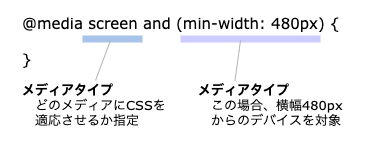
The draw.io diagram docs/img-css-resp-1.png in prime-x-co-ltd/px-overview, before a commit. Source tidied: cells renumbered, new cells last; positions are measured from the earlier drawing's top-left corner, leaving out a move shared by most shapes. Its diagram source:
```xml
<mxGraphModel>
  <root>
    <mxCell id="0" />
    <mxCell id="1" parent="0" />
    <mxCell id="2" style="rounded=0;whiteSpace=wrap;html=1;strokeColor=none;" parent="1" vertex="1">
      <mxGeometry width="380" height="140" as="geometry" />
    </mxCell>
    <mxCell id="3" value="@media screen and (min-width: 480px) {&lt;br&gt;&amp;nbsp; &amp;nbsp;&amp;nbsp;&lt;br&gt;}" style="text;html=1;strokeColor=none;fillColor=none;align=left;verticalAlign=middle;whiteSpace=wrap;rounded=0;fontFamily=Verdana;fontSize=15;" parent="1" vertex="1">
      <mxGeometry x="20" width="340" height="80" as="geometry" />
    </mxCell>
    <mxCell id="4" style="endArrow=none;html=1;fontFamily=Verdana;fontSize=15;strokeWidth=7;strokeColor=#A9C4EB;" parent="1" edge="1">
      <mxGeometry relative="1" as="geometry">
        <mxPoint x="82" y="38.5" as="sourcePoint" />
        <mxPoint x="142" y="38.5" as="targetPoint" />
      </mxGeometry>
    </mxCell>
    <mxCell id="5" style="endArrow=none;html=1;fontFamily=Verdana;fontSize=15;strokeWidth=7;strokeColor=#CCCCFF;" parent="1" edge="1">
      <mxGeometry relative="1" as="geometry">
        <mxPoint x="180" y="38.5" as="sourcePoint" />
        <mxPoint x="320" y="38.5" as="targetPoint" />
      </mxGeometry>
    </mxCell>
    <mxCell id="6" value="&lt;b&gt;メディアタイプ&lt;/b&gt;&lt;br&gt;　どのメディアにCSSを&lt;br&gt;　適応させるか指定" style="text;html=1;strokeColor=none;fillColor=none;align=left;verticalAlign=middle;whiteSpace=wrap;rounded=0;fontFamily=Verdana;fontSize=13;" parent="1" vertex="1">
      <mxGeometry x="20" y="80" width="150" height="50" as="geometry" />
    </mxCell>
    <mxCell id="7" style="endArrow=none;html=1;strokeWidth=1;fontFamily=Verdana;fontSize=13;exitX=0.5;exitY=0;exitDx=0;exitDy=0;strokeColor=#B3B3B3;" parent="1" edge="1" source="6">
      <mxGeometry relative="1" as="geometry">
        <mxPoint x="110" y="40" as="targetPoint" />
      </mxGeometry>
    </mxCell>
    <mxCell id="8" value="&lt;b&gt;メディアタイプ&lt;/b&gt;&lt;br&gt;　この場合、横幅480px&lt;br&gt;　からのデバイスを対象" style="text;html=1;strokeColor=none;fillColor=none;align=left;verticalAlign=middle;whiteSpace=wrap;rounded=0;fontFamily=Verdana;fontSize=13;" parent="1" vertex="1">
      <mxGeometry x="196" y="80" width="154" height="50" as="geometry" />
    </mxCell>
    <mxCell id="9" style="endArrow=none;html=1;strokeWidth=1;fontFamily=Verdana;fontSize=13;exitX=0.25;exitY=0;exitDx=0;exitDy=0;strokeColor=#B3B3B3;" parent="1" edge="1" source="8">
      <mxGeometry relative="1" as="geometry">
        <mxPoint x="240" y="40" as="targetPoint" />
        <Array as="points">
          <mxPoint x="240" y="40" />
        </Array>
      </mxGeometry>
    </mxCell>
  </root>
</mxGraphModel>
```
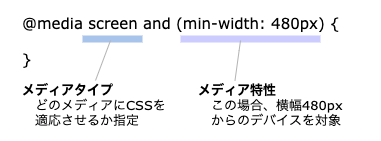
The same diagram one commit later.

The edit, as a diff of the source:
```diff
@@ -28,7 +28,7 @@
         <mxPoint x="110" y="40" as="targetPoint" />
       </mxGeometry>
     </mxCell>
-    <mxCell id="8" value="&lt;b&gt;メディアタイプ&lt;/b&gt;&lt;br&gt;　この場合、横幅480px&lt;br&gt;　からのデバイスを対象" style="text;html=1;strokeColor=none;fillColor=none;align=left;verticalAlign=middle;whiteSpace=wrap;rounded=0;fontFamily=Verdana;fontSize=13;" parent="1" vertex="1">
+    <mxCell id="8" value="&lt;b&gt;メディア特性&lt;/b&gt;&lt;br&gt;　この場合、横幅480px&lt;br&gt;　からのデバイスを対象" style="text;html=1;strokeColor=none;fillColor=none;align=left;verticalAlign=middle;whiteSpace=wrap;rounded=0;fontFamily=Verdana;fontSize=13;" parent="1" vertex="1">
       <mxGeometry x="196" y="80" width="154" height="50" as="geometry" />
     </mxCell>
     <mxCell id="9" style="endArrow=none;html=1;strokeWidth=1;fontFamily=Verdana;fontSize=13;exitX=0.25;exitY=0;exitDx=0;exitDy=0;strokeColor=#B3B3B3;" parent="1" edge="1" source="8">
```
